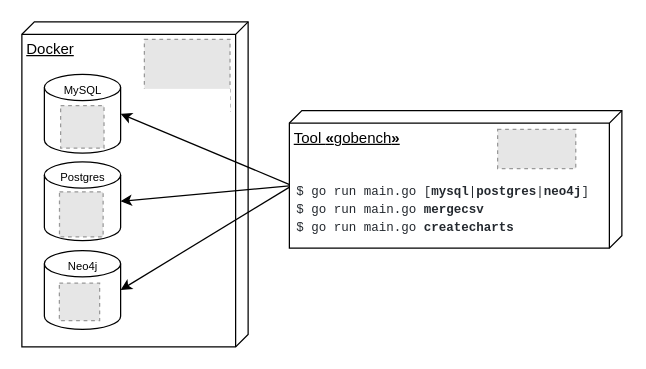
This is docs/assets/systemlandscape.drawio from RomanBoegli/godbbench, a draw.io file, before an edit. Source tidied: cells renumbered, new cells numbered last; positions are measured from the earlier drawing's top-left corner, leaving out a move shared by most shapes. Both pictures are drawn from the tidied source at 125%, with x=0, y=0 at pixel (21, 21). Pictures stored in the file or linked from it are replaced by grey dashed boxes.
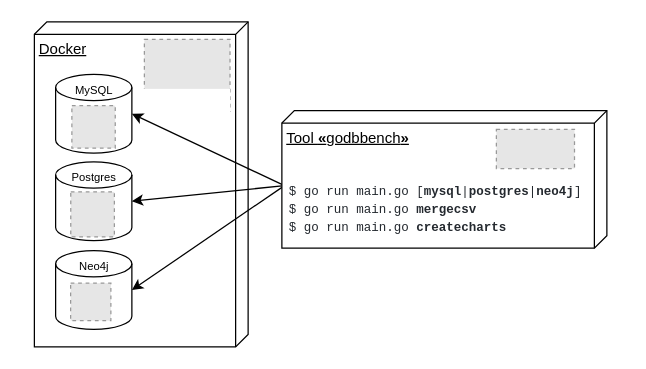
Above is the later version.

Commit message (it also covers changes not shown here):
replace ERD, optimized cover slide

What changed in the source:
```diff
@@
     <mxCell id="2" value="Docker" style="verticalAlign=top;align=left;spacingTop=8;spacingLeft=2;spacingRight=12;shape=cube;size=10;direction=south;fontStyle=4;html=1;" parent="1" vertex="1">
-      <mxGeometry width="181" height="260" as="geometry" />
+      <mxGeometry x="10" width="171" height="260" as="geometry" />
     </mxCell>
     <mxCell id="3" style="group;" parent="1" vertex="1">
-      <mxGeometry x="18" y="40" width="61.1" height="65" as="geometry" />
+      <mxGeometry x="27" y="40" width="61.1" height="65" as="geometry" />
     </mxCell>
@@
     <mxCell id="7" style="group;" parent="1" vertex="1">
-      <mxGeometry x="18" y="110" width="61.1" height="76" as="geometry" />
+      <mxGeometry x="27" y="110" width="61.1" height="76" as="geometry" />
     </mxCell>
@@
     <mxCell id="11" style="group;" parent="1" vertex="1">
-      <mxGeometry x="18" y="181" width="61.1" height="65" as="geometry" />
+      <mxGeometry x="27" y="181" width="61.1" height="65" as="geometry" />
     </mxCell>
@@
     <mxCell id="21" style="group;" parent="1" vertex="1">
-      <mxGeometry x="214" y="71" width="268.2" height="110" as="geometry" />
+      <mxGeometry x="208" y="71" width="268.2" height="110" as="geometry" />
     </mxCell>
-    <mxCell id="22" value="Tool &lt;span id=&quot;columnas_especial&quot;&gt;&lt;strong&gt;«&lt;/strong&gt;gobench&lt;/span&gt;&lt;strong&gt;»&lt;/strong&gt;  " style="verticalAlign=top;align=left;spacingTop=8;spacingLeft=2;spacingRight=12;shape=cube;size=10;direction=south;fontStyle=4;html=1;" parent="21" vertex="1">
-      <mxGeometry width="266" height="110" as="geometry" />
+    <mxCell id="22" value="Tool &lt;span id=&quot;columnas_especial&quot;&gt;&lt;strong&gt;«&lt;/strong&gt;godbbench&lt;/span&gt;&lt;strong&gt;»&lt;/strong&gt;  " style="verticalAlign=top;align=left;spacingTop=8;spacingLeft=2;spacingRight=12;shape=cube;size=10;direction=south;fontStyle=4;html=1;" parent="21" vertex="1">
+      <mxGeometry width="260" height="110" as="geometry" />
     </mxCell>
     <mxCell id="23" style="fillColor=#E6E6E6;strokeColor=#999999;dashed=1;verticalLabelPosition=bottom;labelBackgroundColor=default;verticalAlign=top;" parent="21" vertex="1">
-      <mxGeometry x="166.6" y="15" width="62.5" height="31.3" as="geometry" />
+      <mxGeometry x="171.6" y="15" width="62.5" height="31.3" as="geometry" />
     </mxCell>
```
